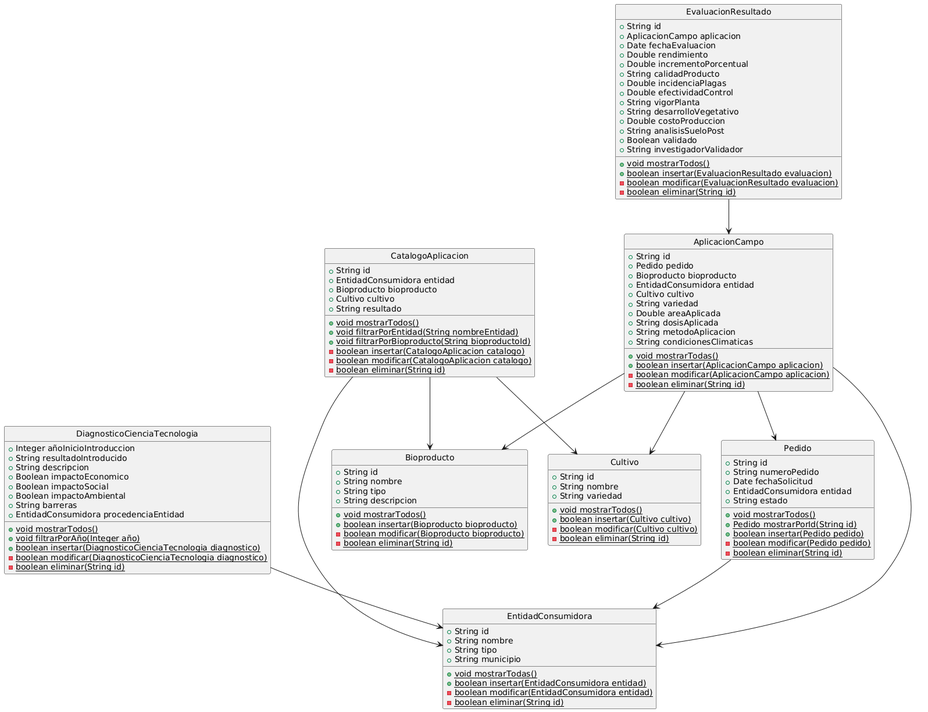
Earlier version of the PlantUML export doc/Diagrama de Clases.png (Melyllb/BioproductosProyecto).
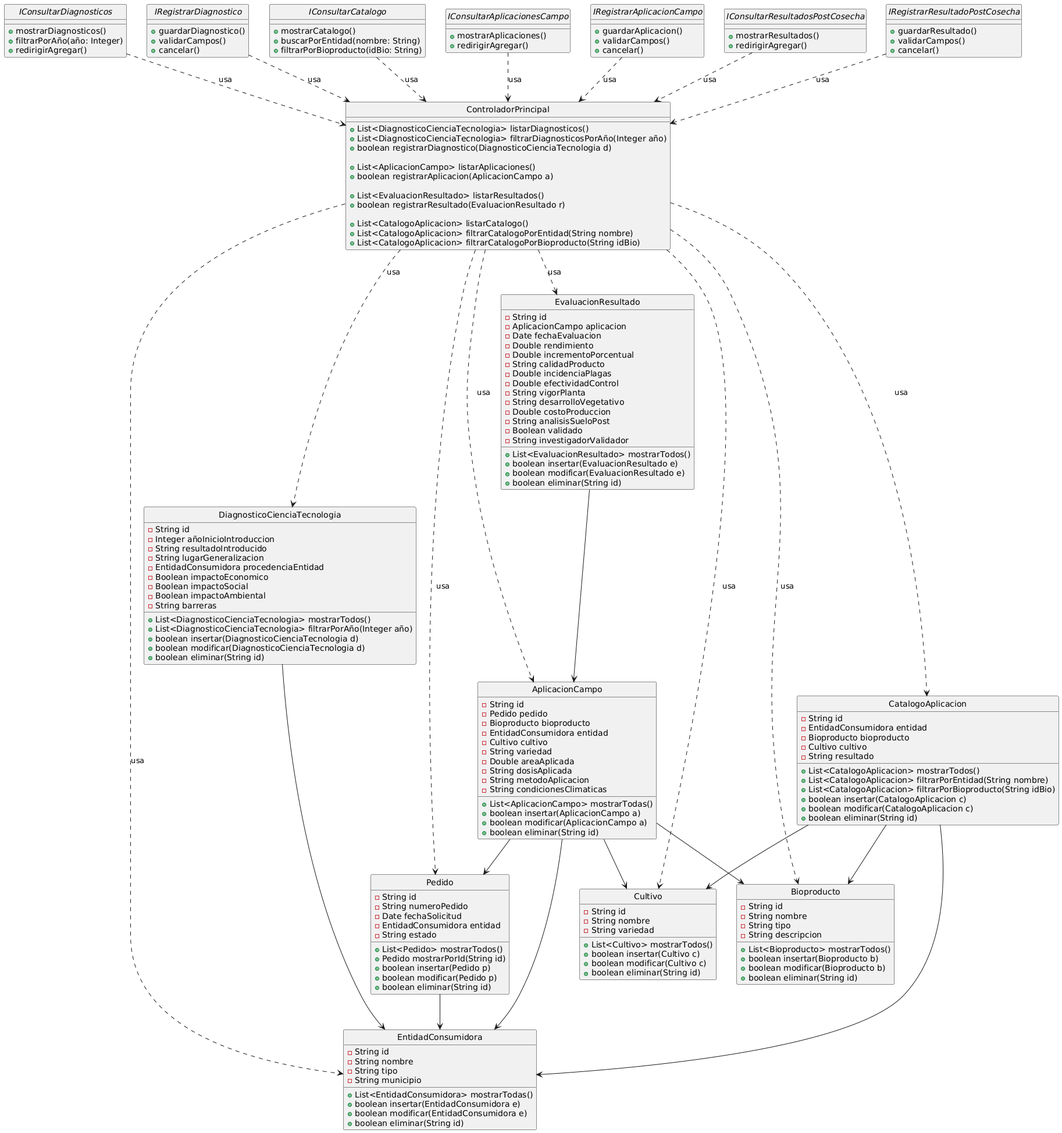
The same file after the commit.

Commit message:
Arreglos al diagrama de clases

The edit, as a diff of the source:
```diff
@@ -1,124 +1,202 @@
 @startuml
 skinparam class {
-    ClassFontName Arial
-    ClassFontSize 12
-    ClassBackgroundColor White
-    ClassBorderColor Black
+  ClassFontName Arial
+  ClassFontSize 12
+  ClassBackgroundColor White
+  ClassBorderColor Black
 }
 hide circle
 
+
+
+interface IConsultarDiagnosticos {
+    +mostrarDiagnosticos()
+    +filtrarPorAño(año: Integer)
+    +redirigirAgregar()
+}
+
+interface IRegistrarDiagnostico {
+    +guardarDiagnostico()
+    +validarCampos()
+    +cancelar()
+}
+
+interface IConsultarCatalogo {
+    +mostrarCatalogo()
+    +buscarPorEntidad(nombre: String)
+    +filtrarPorBioproducto(idBio: String)
+}
+
+interface IConsultarAplicacionesCampo {
+    +mostrarAplicaciones()
+    +redirigirAgregar()
+}
+
+interface IRegistrarAplicacionCampo {
+    +guardarAplicacion()
+    +validarCampos()
+    +cancelar()
+}
+
+interface IConsultarResultadosPostCosecha {
+    +mostrarResultados()
+    +redirigirAgregar()
+}
+
+interface IRegistrarResultadoPostCosecha {
+    +guardarResultado()
+    +validarCampos()
+    +cancelar()
+}
+
+
+
+class ControladorPrincipal {
+    +List<DiagnosticoCienciaTecnologia> listarDiagnosticos()
+    +List<DiagnosticoCienciaTecnologia> filtrarDiagnosticosPorAño(Integer año)
+    +boolean registrarDiagnostico(DiagnosticoCienciaTecnologia d)
+
+    +List<AplicacionCampo> listarAplicaciones()
+    +boolean registrarAplicacion(AplicacionCampo a)
+
+    +List<EvaluacionResultado> listarResultados()
+    +boolean registrarResultado(EvaluacionResultado r)
+
+    +List<CatalogoAplicacion> listarCatalogo()
+    +List<CatalogoAplicacion> filtrarCatalogoPorEntidad(String nombre)
+    +List<CatalogoAplicacion> filtrarCatalogoPorBioproducto(String idBio)
+}
+
+
+
+IConsultarDiagnosticos ..> ControladorPrincipal : usa
+IRegistrarDiagnostico ..> ControladorPrincipal : usa
+
+IConsultarCatalogo ..> ControladorPrincipal : usa
+
+IConsultarAplicacionesCampo ..> ControladorPrincipal : usa
+IRegistrarAplicacionCampo ..> ControladorPrincipal : usa
+
+IConsultarResultadosPostCosecha ..> ControladorPrincipal : usa
+IRegistrarResultadoPostCosecha ..> ControladorPrincipal : usa
+
+
+
 class EntidadConsumidora {
-    +String id
-    +String nombre
-    +String tipo
-    +String municipio
-    +{static} void mostrarTodas()
-    +{static} boolean insertar(EntidadConsumidora entidad)
-    -{static} boolean modificar(EntidadConsumidora entidad)
-    -{static} boolean eliminar(String id)
+    -String id
+    -String nombre
+    -String tipo
+    -String municipio
+    +List<EntidadConsumidora> mostrarTodas()
+    +boolean insertar(EntidadConsumidora e)
+    +boolean modificar(EntidadConsumidora e)
+    +boolean eliminar(String id)
 }
 
 class Bioproducto {
-    +String id
-    +String nombre
-    +String tipo
-    +String descripcion
-    +{static} void mostrarTodos()
-    +{static} boolean insertar(Bioproducto bioproducto)
-    -{static} boolean modificar(Bioproducto bioproducto)
-    -{static} boolean eliminar(String id)
+    -String id
+    -String nombre
+    -String tipo
+    -String descripcion
+    +List<Bioproducto> mostrarTodos()
+    +boolean insertar(Bioproducto b)
+    +boolean modificar(Bioproducto b)
+    +boolean eliminar(String id)
 }
 
 class Cultivo {
-    +String id
-    +String nombre
-    +String variedad
-    +{static} void mostrarTodos()
-    +{static} boolean insertar(Cultivo cultivo)
-    -{static} boolean modificar(Cultivo cultivo)
-    -{static} boolean eliminar(String id)
+    -String id
+    -String nombre
+    -String variedad
+    +List<Cultivo> mostrarTodos()
+    +boolean insertar(Cultivo c)
+    +boolean modificar(Cultivo c)
+    +boolean eliminar(String id)
 }
 
 class Pedido {
-    +String id
-    +String numeroPedido
-    +Date fechaSolicitud
-    +EntidadConsumidora entidad
-    +String estado
-    +{static} void mostrarTodos()
-    +{static} Pedido mostrarPorId(String id)
-    +{static} boolean insertar(Pedido pedido)
-    -{static} boolean modificar(Pedido pedido)
-    -{static} boolean eliminar(String id)
+    -String id
+    -String numeroPedido
+    -Date fechaSolicitud
+    -EntidadConsumidora entidad
+    -String estado
+    +List<Pedido> mostrarTodos()
+    +Pedido mostrarPorId(String id)
+    +boolean insertar(Pedido p)
+    +boolean modificar(Pedido p)
+    +boolean eliminar(String id)
 }
 
 class AplicacionCampo {
-    +String id
-    +Pedido pedido
-    +Bioproducto bioproducto
-    +EntidadConsumidora entidad
-    +Cultivo cultivo
-    +String variedad
-    +Double areaAplicada
-    +String dosisAplicada
-    +String metodoAplicacion
-    +String condicionesClimaticas
-    +{static} void mostrarTodas()
-    +{static} boolean insertar(AplicacionCampo aplicacion)
-    -{static} boolean modificar(AplicacionCampo aplicacion)
-    -{static} boolean eliminar(String id)
+    -String id
+    -Pedido pedido
+    -Bioproducto bioproducto
+    -EntidadConsumidora entidad
+    -Cultivo cultivo
+    -String variedad
+    -Double areaAplicada
+    -String dosisAplicada
+    -String metodoAplicacion
+    -String condicionesClimaticas
+    +List<AplicacionCampo> mostrarTodas()
+    +boolean insertar(AplicacionCampo a)
+    +boolean modificar(AplicacionCampo a)
+    +boolean eliminar(String id)
 }
 
 class EvaluacionResultado {
-    +String id
-    +AplicacionCampo aplicacion
-    +Date fechaEvaluacion
-    +Double rendimiento
-    +Double incrementoPorcentual
-    +String calidadProducto
-    +Double incidenciaPlagas
-    +Double efectividadControl
-    +String vigorPlanta
-    +String desarrolloVegetativo
-    +Double costoProduccion
-    +String analisisSueloPost
-    +Boolean validado
-    +String investigadorValidador
-    +{static} void mostrarTodos()
-    +{static} boolean insertar(EvaluacionResultado evaluacion)
-    -{static} boolean modificar(EvaluacionResultado evaluacion)
-    -{static} boolean eliminar(String id)
+    -String id
+    -AplicacionCampo aplicacion
+    -Date fechaEvaluacion
+    -Double rendimiento
+    -Double incrementoPorcentual
+    -String calidadProducto
+    -Double incidenciaPlagas
+    -Double efectividadControl
+    -String vigorPlanta
+    -String desarrolloVegetativo
+    -Double costoProduccion
+    -String analisisSueloPost
+    -Boolean validado
+    -String investigadorValidador
+    +List<EvaluacionResultado> mostrarTodos()
+    +boolean insertar(EvaluacionResultado e)
+    +boolean modificar(EvaluacionResultado e)
+    +boolean eliminar(String id)
 }
 
 class DiagnosticoCienciaTecnologia {
-    +Integer añoInicioIntroduccion
-    +String resultadoIntroducido
-    +String descripcion
-    +Boolean impactoEconomico
-    +Boolean impactoSocial
-    +Boolean impactoAmbiental
-    +String barreras
-    +EntidadConsumidora procedenciaEntidad
-    +{static} void mostrarTodos()
-    +{static} void filtrarPorAño(Integer año)
-    +{static} boolean insertar(DiagnosticoCienciaTecnologia diagnostico)
-    -{static} boolean modificar(DiagnosticoCienciaTecnologia diagnostico)
-    -{static} boolean eliminar(String id)
+    -String id
+    -Integer añoInicioIntroduccion
+    -String resultadoIntroducido
+    -String lugarGeneralizacion
+    -EntidadConsumidora procedenciaEntidad
+    -Boolean impactoEconomico
+    -Boolean impactoSocial
+    -Boolean impactoAmbiental
+    -String barreras
+    +List<DiagnosticoCienciaTecnologia> mostrarTodos()
+    +List<DiagnosticoCienciaTecnologia> filtrarPorAño(Integer año)
+    +boolean insertar(DiagnosticoCienciaTecnologia d)
+    +boolean modificar(DiagnosticoCienciaTecnologia d)
+    +boolean eliminar(String id)
 }
 
 class CatalogoAplicacion {
-    +String id
-    +EntidadConsumidora entidad
-    +Bioproducto bioproducto
-    +Cultivo cultivo
-    +String resultado
-    +{static} void mostrarTodos()
-    +{static} void filtrarPorEntidad(String nombreEntidad)
-    +{static} void filtrarPorBioproducto(String bioproductoId)
-    -{static} boolean insertar(CatalogoAplicacion catalogo)
-    -{static} boolean modificar(CatalogoAplicacion catalogo)
-    -{static} boolean eliminar(String id)
+    -String id
+    -EntidadConsumidora entidad
+    -Bioproducto bioproducto
+    -Cultivo cultivo
+    -String resultado
+    +List<CatalogoAplicacion> mostrarTodos()
+    +List<CatalogoAplicacion> filtrarPorEntidad(String nombre)
+    +List<CatalogoAplicacion> filtrarPorBioproducto(String idBio)
+    +boolean insertar(CatalogoAplicacion c)
+    +boolean modificar(CatalogoAplicacion c)
+    +boolean eliminar(String id)
 }
+
+
 
 DiagnosticoCienciaTecnologia --> EntidadConsumidora
 EvaluacionResultado --> AplicacionCampo
@@ -130,4 +208,14 @@
 CatalogoAplicacion --> Cultivo
 CatalogoAplicacion --> EntidadConsumidora
 Pedido --> EntidadConsumidora
+
+
+ControladorPrincipal ..> DiagnosticoCienciaTecnologia : usa
+ControladorPrincipal ..> AplicacionCampo : usa
+ControladorPrincipal ..> EvaluacionResultado : usa
+ControladorPrincipal ..> CatalogoAplicacion : usa
+ControladorPrincipal ..> Bioproducto : usa
+ControladorPrincipal ..> Cultivo : usa
+ControladorPrincipal ..> EntidadConsumidora : usa
+ControladorPrincipal ..> Pedido : usa
 @enduml
```
